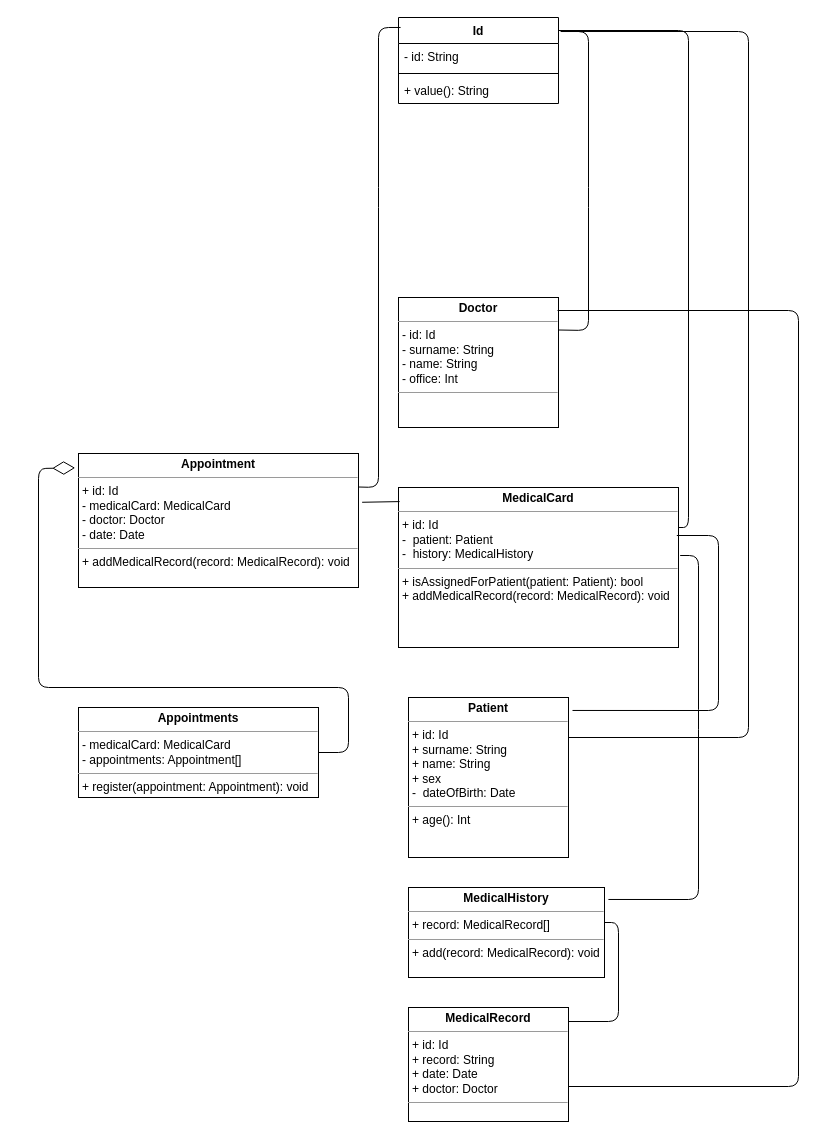
The draw.io diagram clinic_classes.drawio in c0sx/gb-clinic, before the edit. Source tidied: cells renumbered, new cells numbered last; positions are measured from the earlier drawing's top-left corner, leaving out a move shared by most shapes. Both pictures are drawn from the tidied source at 100%, with x=0, y=0 at pixel (38, 17).
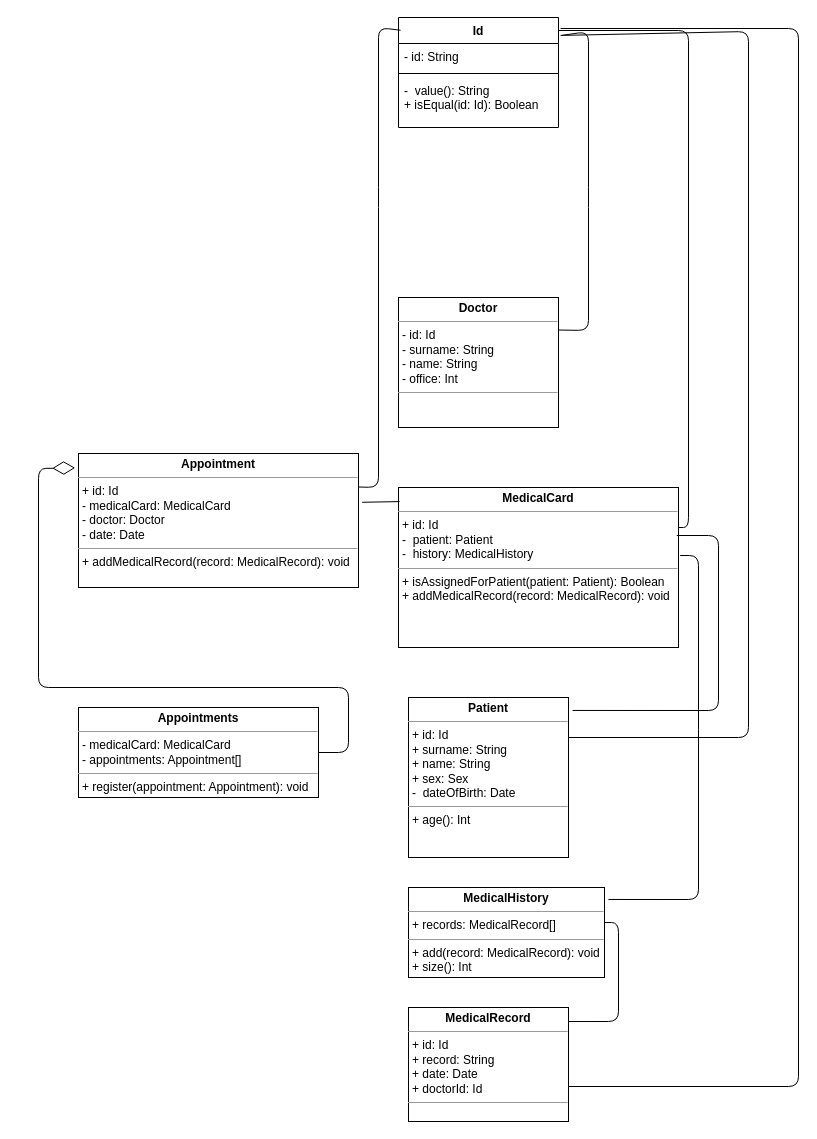
The same page after the edit.

Unchanged cells that the change refers to:
```xml
<mxCell id="17" value="&lt;p style=&quot;margin: 0px ; margin-top: 4px ; text-align: center&quot;&gt;&lt;b&gt;Doctor&lt;/b&gt;&lt;/p&gt;&lt;hr size=&quot;1&quot;&gt;&lt;p style=&quot;margin: 0px ; margin-left: 4px&quot;&gt;- id: Id&lt;/p&gt;&lt;p style=&quot;margin: 0px ; margin-left: 4px&quot;&gt;- surname: String&lt;/p&gt;&lt;p style=&quot;margin: 0px ; margin-left: 4px&quot;&gt;- name: String&lt;/p&gt;&lt;p style=&quot;margin: 0px ; margin-left: 4px&quot;&gt;- office: Int&lt;/p&gt;&lt;hr size=&quot;1&quot;&gt;&lt;p style=&quot;margin: 0px ; margin-left: 4px&quot;&gt;&lt;br&gt;&lt;/p&gt;" style="verticalAlign=top;align=left;overflow=fill;fontSize=12;fontFamily=Helvetica;html=1;" parent="1" vertex="1">
  <mxGeometry x="360" y="280" width="160" height="130" as="geometry" />
</mxCell>
```

The edit, as a diff of the source:
```diff
@@
-    <mxCell id="2" value="&lt;p style=&quot;margin: 0px ; margin-top: 4px ; text-align: center&quot;&gt;&lt;b&gt;MedicalCard&lt;/b&gt;&lt;/p&gt;&lt;hr size=&quot;1&quot;&gt;&lt;p style=&quot;margin: 0px ; margin-left: 4px&quot;&gt;+ id: Id&lt;/p&gt;&lt;p style=&quot;margin: 0px ; margin-left: 4px&quot;&gt;-&amp;nbsp; patient: Patient&lt;/p&gt;&lt;p style=&quot;margin: 0px ; margin-left: 4px&quot;&gt;-&amp;nbsp; history: MedicalHistory&lt;/p&gt;&lt;hr size=&quot;1&quot;&gt;&lt;p style=&quot;margin: 0px ; margin-left: 4px&quot;&gt;+ isAssignedForPatient(patient: Patient): bool&lt;/p&gt;&lt;p style=&quot;margin: 0px ; margin-left: 4px&quot;&gt;+ addMedicalRecord(record: MedicalRecord): void&lt;/p&gt;" style="verticalAlign=top;align=left;overflow=fill;fontSize=12;fontFamily=Helvetica;html=1;" parent="1" vertex="1">
+    <mxCell id="2" value="&lt;p style=&quot;margin: 0px ; margin-top: 4px ; text-align: center&quot;&gt;&lt;b&gt;MedicalCard&lt;/b&gt;&lt;/p&gt;&lt;hr size=&quot;1&quot;&gt;&lt;p style=&quot;margin: 0px ; margin-left: 4px&quot;&gt;+ id: Id&lt;/p&gt;&lt;p style=&quot;margin: 0px ; margin-left: 4px&quot;&gt;-&amp;nbsp; patient: Patient&lt;/p&gt;&lt;p style=&quot;margin: 0px ; margin-left: 4px&quot;&gt;-&amp;nbsp; history: MedicalHistory&lt;/p&gt;&lt;hr size=&quot;1&quot;&gt;&lt;p style=&quot;margin: 0px ; margin-left: 4px&quot;&gt;+ isAssignedForPatient(patient: Patient): Boolean&lt;/p&gt;&lt;p style=&quot;margin: 0px ; margin-left: 4px&quot;&gt;+ addMedicalRecord(record: MedicalRecord): void&lt;/p&gt;" style="verticalAlign=top;align=left;overflow=fill;fontSize=12;fontFamily=Helvetica;html=1;" parent="1" vertex="1">
       <mxGeometry x="360" y="470" width="280" height="160" as="geometry" />
     </mxCell>
-    <mxCell id="3" value="&lt;p style=&quot;margin: 0px ; margin-top: 4px ; text-align: center&quot;&gt;&lt;b&gt;Patient&lt;/b&gt;&lt;/p&gt;&lt;hr size=&quot;1&quot;&gt;&lt;p style=&quot;margin: 0px ; margin-left: 4px&quot;&gt;+ id: Id&lt;/p&gt;&lt;p style=&quot;margin: 0px ; margin-left: 4px&quot;&gt;+ surname: String&lt;/p&gt;&lt;p style=&quot;margin: 0px ; margin-left: 4px&quot;&gt;+ name: String&lt;/p&gt;&lt;p style=&quot;margin: 0px ; margin-left: 4px&quot;&gt;&lt;span&gt;+ sex&lt;br&gt;&lt;/span&gt;-&amp;nbsp; dateOfBirth: Date&lt;br&gt;&lt;/p&gt;&lt;hr size=&quot;1&quot;&gt;&lt;p style=&quot;margin: 0px ; margin-left: 4px&quot;&gt;+ age(): Int&lt;/p&gt;" style="verticalAlign=top;align=left;overflow=fill;fontSize=12;fontFamily=Helvetica;html=1;" parent="1" vertex="1">
+    <mxCell id="3" value="&lt;p style=&quot;margin: 0px ; margin-top: 4px ; text-align: center&quot;&gt;&lt;b&gt;Patient&lt;/b&gt;&lt;/p&gt;&lt;hr size=&quot;1&quot;&gt;&lt;p style=&quot;margin: 0px ; margin-left: 4px&quot;&gt;+ id: Id&lt;/p&gt;&lt;p style=&quot;margin: 0px ; margin-left: 4px&quot;&gt;+ surname: String&lt;/p&gt;&lt;p style=&quot;margin: 0px ; margin-left: 4px&quot;&gt;+ name: String&lt;/p&gt;&lt;p style=&quot;margin: 0px ; margin-left: 4px&quot;&gt;&lt;span&gt;+ sex: Sex&lt;br&gt;&lt;/span&gt;-&amp;nbsp; dateOfBirth: Date&lt;br&gt;&lt;/p&gt;&lt;hr size=&quot;1&quot;&gt;&lt;p style=&quot;margin: 0px ; margin-left: 4px&quot;&gt;+ age(): Int&lt;/p&gt;" style="verticalAlign=top;align=left;overflow=fill;fontSize=12;fontFamily=Helvetica;html=1;" parent="1" vertex="1">
       <mxGeometry x="370" y="680" width="160" height="160" as="geometry" />
     </mxCell>
     <mxCell id="4" value="Id" style="swimlane;fontStyle=1;align=center;verticalAlign=top;horizontal=1;startSize=26;" parent="1" vertex="1">
-      <mxGeometry x="360" width="160" height="86" as="geometry" />
+      <mxGeometry x="360" width="160" height="110" as="geometry" />
     </mxCell>
@@
-    <mxCell id="7" value="+ value(): String" style="text;strokeColor=none;fillColor=none;align=left;verticalAlign=top;spacingLeft=4;spacingRight=4;overflow=hidden;" parent="4" vertex="1">
-      <mxGeometry y="60" width="160" height="26" as="geometry" />
+    <mxCell id="7" value="-  value(): String&#10;+ isEqual(id: Id): Boolean" style="text;strokeColor=none;fillColor=none;align=left;verticalAlign=top;spacingLeft=4;spacingRight=4;overflow=hidden;" parent="4" vertex="1">
+      <mxGeometry y="60" width="160" height="50" as="geometry" />
     </mxCell>
@@
-    <mxCell id="10" value="&lt;p style=&quot;margin: 0px ; margin-top: 4px ; text-align: center&quot;&gt;&lt;b&gt;MedicalHistory&lt;/b&gt;&lt;/p&gt;&lt;hr size=&quot;1&quot;&gt;&lt;p style=&quot;margin: 0px ; margin-left: 4px&quot;&gt;+ record: MedicalRecord[]&lt;/p&gt;&lt;hr size=&quot;1&quot;&gt;&lt;p style=&quot;margin: 0px ; margin-left: 4px&quot;&gt;+ add(record: MedicalRecord): void&lt;/p&gt;" style="verticalAlign=top;align=left;overflow=fill;fontSize=12;fontFamily=Helvetica;html=1;" parent="1" vertex="1">
+    <mxCell id="10" value="&lt;p style=&quot;margin: 0px ; margin-top: 4px ; text-align: center&quot;&gt;&lt;b&gt;MedicalHistory&lt;/b&gt;&lt;/p&gt;&lt;hr size=&quot;1&quot;&gt;&lt;p style=&quot;margin: 0px ; margin-left: 4px&quot;&gt;+ records: MedicalRecord[]&lt;/p&gt;&lt;hr size=&quot;1&quot;&gt;&lt;p style=&quot;margin: 0px ; margin-left: 4px&quot;&gt;+ add(record: MedicalRecord): void&lt;/p&gt;&lt;p style=&quot;margin: 0px ; margin-left: 4px&quot;&gt;+ size(): Int&lt;/p&gt;" style="verticalAlign=top;align=left;overflow=fill;fontSize=12;fontFamily=Helvetica;html=1;" parent="1" vertex="1">
       <mxGeometry x="370" y="870" width="196" height="90" as="geometry" />
     </mxCell>
@@
-    <mxCell id="12" value="&lt;p style=&quot;margin: 0px ; margin-top: 4px ; text-align: center&quot;&gt;&lt;b&gt;MedicalRecord&lt;/b&gt;&lt;/p&gt;&lt;hr size=&quot;1&quot;&gt;&lt;p style=&quot;margin: 0px ; margin-left: 4px&quot;&gt;+ id: Id&lt;br&gt;&lt;/p&gt;&lt;p style=&quot;margin: 0px ; margin-left: 4px&quot;&gt;+ record: String&lt;/p&gt;&lt;p style=&quot;margin: 0px ; margin-left: 4px&quot;&gt;+ date: Date&lt;/p&gt;&lt;p style=&quot;margin: 0px ; margin-left: 4px&quot;&gt;+ doctor: Doctor&lt;/p&gt;&lt;hr size=&quot;1&quot;&gt;&lt;p style=&quot;margin: 0px ; margin-left: 4px&quot;&gt;&lt;br&gt;&lt;/p&gt;" style="verticalAlign=top;align=left;overflow=fill;fontSize=12;fontFamily=Helvetica;html=1;" parent="1" vertex="1">
+    <mxCell id="12" value="&lt;p style=&quot;margin: 0px ; margin-top: 4px ; text-align: center&quot;&gt;&lt;b&gt;MedicalRecord&lt;/b&gt;&lt;/p&gt;&lt;hr size=&quot;1&quot;&gt;&lt;p style=&quot;margin: 0px ; margin-left: 4px&quot;&gt;+ id: Id&lt;br&gt;&lt;/p&gt;&lt;p style=&quot;margin: 0px ; margin-left: 4px&quot;&gt;+ record: String&lt;/p&gt;&lt;p style=&quot;margin: 0px ; margin-left: 4px&quot;&gt;+ date: Date&lt;/p&gt;&lt;p style=&quot;margin: 0px ; margin-left: 4px&quot;&gt;+ doctorId: Id&lt;/p&gt;&lt;hr size=&quot;1&quot;&gt;&lt;p style=&quot;margin: 0px ; margin-left: 4px&quot;&gt;&lt;br&gt;&lt;/p&gt;" style="verticalAlign=top;align=left;overflow=fill;fontSize=12;fontFamily=Helvetica;html=1;" parent="1" vertex="1">
       <mxGeometry x="370" y="990" width="160" height="114" as="geometry" />
     </mxCell>
@@
-    <mxCell id="22" style="endArrow=none;html=1;endSize=6;strokeWidth=1;exitX=1;exitY=0.693;exitDx=0;exitDy=0;exitPerimeter=0;entryX=0.994;entryY=0.1;entryDx=0;entryDy=0;entryPerimeter=0;" parent="1" edge="1" source="12" target="17">
+    <mxCell id="22" style="endArrow=none;html=1;endSize=6;strokeWidth=1;exitX=1;exitY=0.693;exitDx=0;exitDy=0;exitPerimeter=0;entryX=1.013;entryY=0.1;entryDx=0;entryDy=0;entryPerimeter=0;" parent="1" edge="1" source="12" target="4">
       <mxGeometry relative="1" as="geometry">
         <Array as="points">
           <mxPoint x="760" y="1069" />
-          <mxPoint x="760" y="293" />
+          <mxPoint x="760" y="11" />
         </Array>
       </mxGeometry>
     </mxCell>
```
